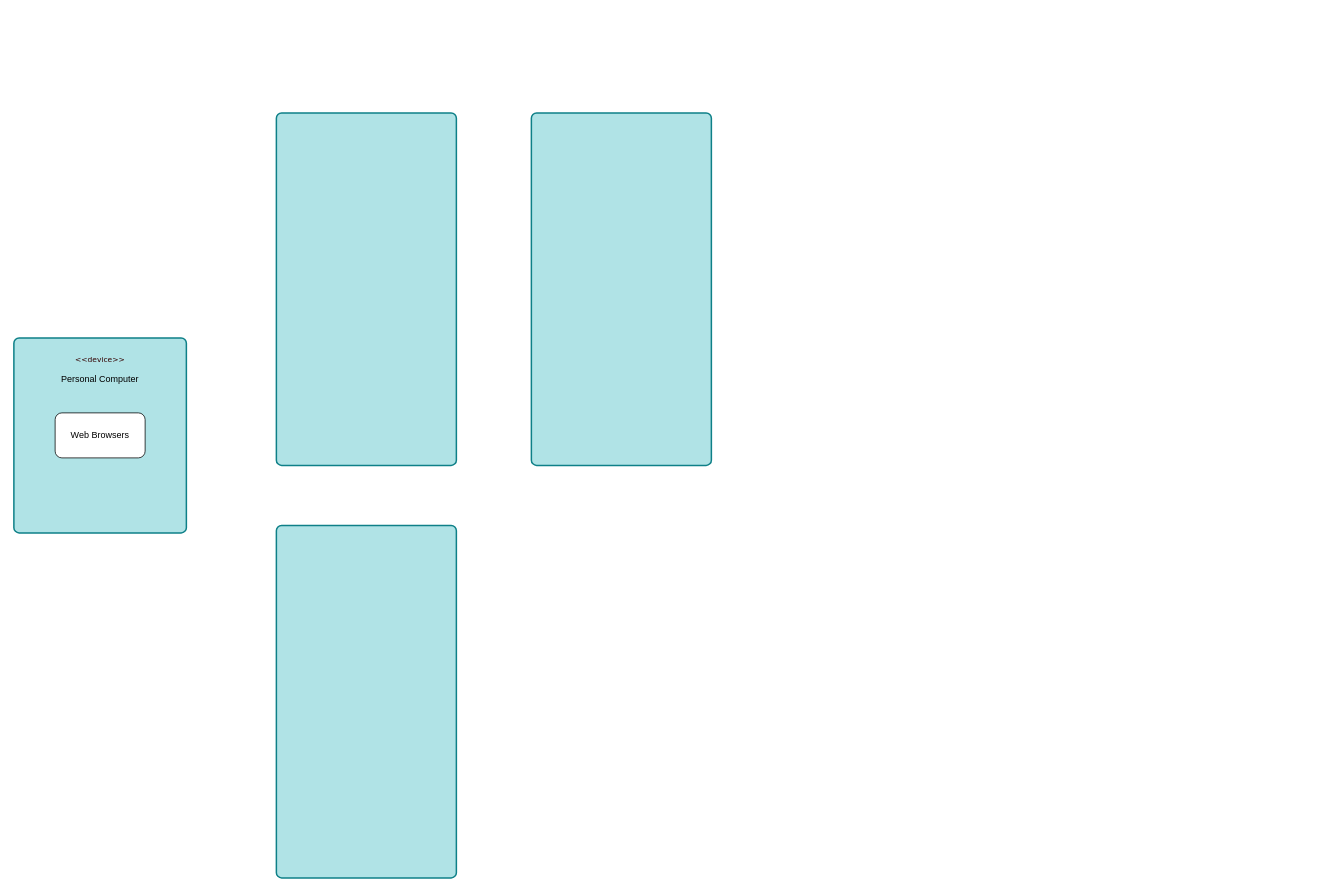
This is Documentation/Deployment Diagram/Deployment Diagram.drawio from Darrenchenn/Model-based-software-design, a draw.io file, before an edit. Source tidied: cells renumbered, new cells numbered last; positions are measured from the earlier drawing's top-left corner, leaving out a move shared by most shapes. Both pictures are drawn from the tidied source at 75%, with x=0, y=0 at pixel (14, 112).
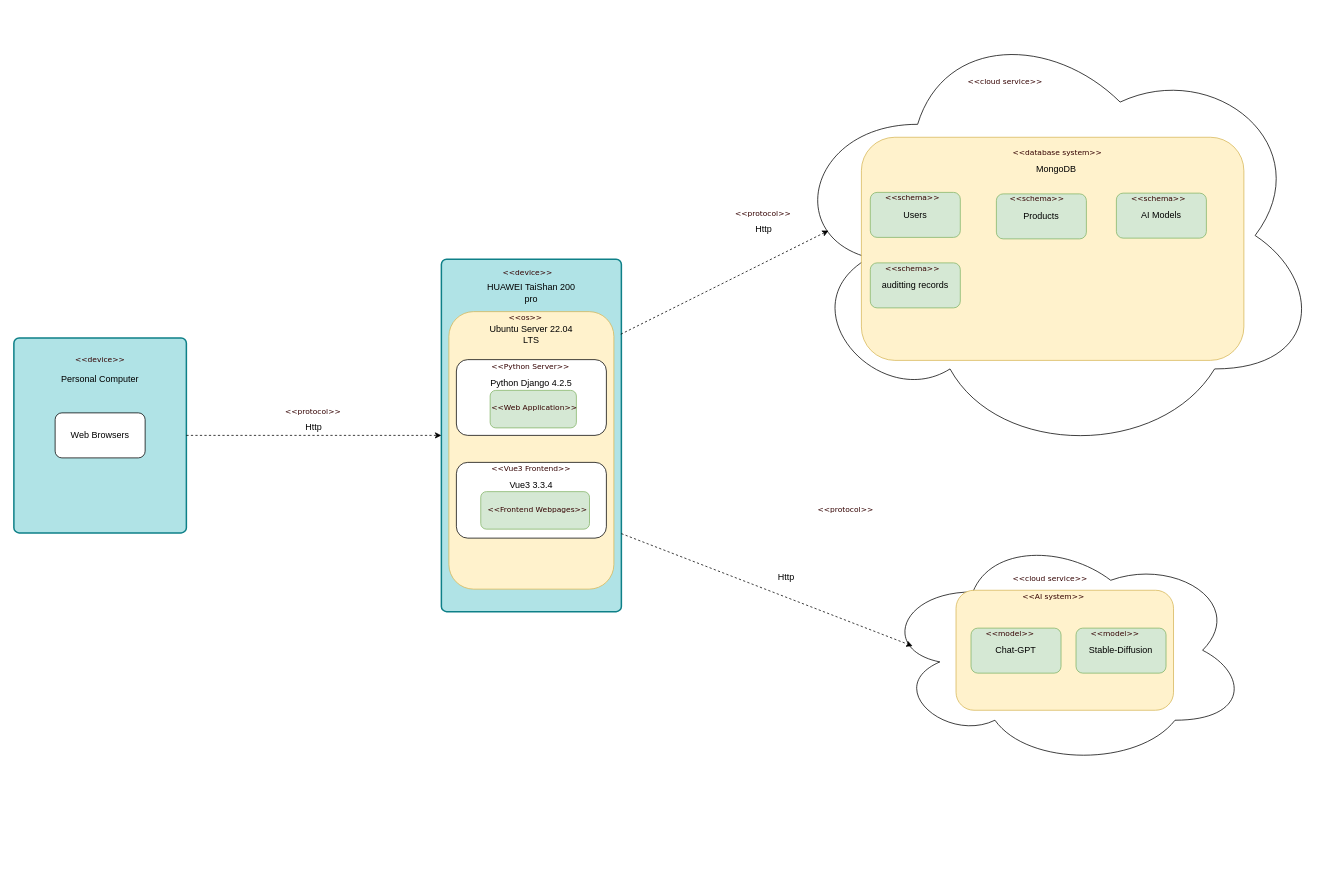
The same page after the edit.

Commit message (it also covers changes not shown here):
add deployment diagram

Unchanged cells that the change refers to:
```xml
<mxCell id="2" style="rounded=1;whiteSpace=wrap;html=1;absoluteArcSize=1;arcSize=14;strokeWidth=2;fillColor=#b0e3e6;strokeColor=#0e8088;" parent="1" vertex="1">
  <mxGeometry y="300" width="230" height="260" as="geometry" />
</mxCell>
```

Diff of the diagram source:
```diff
@@
     <mxCell id="6" style="rounded=1;whiteSpace=wrap;html=1;absoluteArcSize=1;arcSize=14;strokeWidth=2;fillColor=#b0e3e6;strokeColor=#0e8088;" parent="1" vertex="1">
-      <mxGeometry x="350" width="240" height="470" as="geometry" />
+      <mxGeometry x="570" y="195" width="240" height="470" as="geometry" />
     </mxCell>
-    <mxCell id="7" style="rounded=1;whiteSpace=wrap;html=1;absoluteArcSize=1;arcSize=14;strokeWidth=2;fillColor=#b0e3e6;strokeColor=#0e8088;" parent="1" vertex="1">
-      <mxGeometry x="690" width="240" height="470" as="geometry" />
-    </mxCell>
-    <mxCell id="8" style="rounded=1;whiteSpace=wrap;html=1;absoluteArcSize=1;arcSize=14;strokeWidth=2;fillColor=#b0e3e6;strokeColor=#0e8088;" parent="1" vertex="1">
-      <mxGeometry x="350" y="550" width="240" height="470" as="geometry" />
-    </mxCell>
+    <mxCell id="9" value="&lt;font color=&quot;#330000&quot;&gt;&amp;lt;&amp;lt;device&amp;gt;&amp;gt;&lt;/font&gt;" style="text;html=1;align=left;verticalAlign=top;spacingTop=-4;fontSize=10;fontFamily=Verdana;fontColor=#00CCCC;" parent="1" vertex="1">
+      <mxGeometry x="650" y="205" width="132.5" height="20" as="geometry" />
+    </mxCell>
+    <mxCell id="10" value="HUAWEI&amp;nbsp;TaiShan 200 pro" style="text;html=1;strokeColor=none;fillColor=none;align=center;verticalAlign=middle;whiteSpace=wrap;rounded=0;" parent="1" vertex="1">
+      <mxGeometry x="630" y="225" width="120" height="30" as="geometry" />
+    </mxCell>
+    <mxCell id="11" style="rounded=1;whiteSpace=wrap;html=1;fillColor=#fff2cc;strokeColor=#d6b656;" parent="1" vertex="1">
+      <mxGeometry x="580" y="265" width="220" height="370" as="geometry" />
+    </mxCell>
+    <mxCell id="12" value="&lt;font color=&quot;#330000&quot;&gt;&amp;lt;&amp;lt;os&amp;gt;&amp;gt;&lt;/font&gt;" style="text;html=1;align=left;verticalAlign=top;spacingTop=-4;fontSize=10;fontFamily=Verdana;fontColor=#00CCCC;" parent="1" vertex="1">
+      <mxGeometry x="657.5" y="265" width="132.5" height="15" as="geometry" />
+    </mxCell>
+    <mxCell id="13" value="Ubuntu Server 22.04 LTS" style="text;html=1;strokeColor=none;fillColor=none;align=center;verticalAlign=middle;whiteSpace=wrap;rounded=0;" parent="1" vertex="1">
+      <mxGeometry x="630" y="280" width="120" height="30" as="geometry" />
+    </mxCell>
+    <mxCell id="14" style="ellipse;shape=cloud;whiteSpace=wrap;html=1;" parent="1" vertex="1">
+      <mxGeometry x="1025" y="-133" width="720" height="593" as="geometry" />
+    </mxCell>
+    <mxCell id="15" value="&lt;font color=&quot;#330000&quot;&gt;&amp;lt;&amp;lt;cloud service&amp;gt;&amp;gt;&lt;/font&gt;" style="text;html=1;align=left;verticalAlign=top;spacingTop=-4;fontSize=10;fontFamily=Verdana;fontColor=#00CCCC;" parent="1" vertex="1">
+      <mxGeometry x="1270" y="-50" width="132.5" height="20" as="geometry" />
+    </mxCell>
+    <mxCell id="16" style="ellipse;shape=cloud;whiteSpace=wrap;html=1;" parent="1" vertex="1">
+      <mxGeometry x="1156.2" y="561" width="490" height="311" as="geometry" />
+    </mxCell>
+    <mxCell id="17" value="&lt;font color=&quot;#330000&quot;&gt;&amp;lt;&amp;lt;cloud service&amp;gt;&amp;gt;&lt;/font&gt;" style="text;html=1;align=left;verticalAlign=top;spacingTop=-4;fontSize=10;fontFamily=Verdana;fontColor=#00CCCC;" parent="1" vertex="1">
+      <mxGeometry x="1330" y="612" width="132.5" height="20" as="geometry" />
+    </mxCell>
+    <mxCell id="18" style="html=1;labelBackgroundColor=#ffffff;startArrow=none;startFill=0;startSize=6;endArrow=classic;endFill=1;endSize=6;jettySize=auto;strokeWidth=1;dashed=1;fontSize=14;rounded=0;exitX=1;exitY=0.5;exitDx=0;exitDy=0;entryX=0;entryY=0.5;entryDx=0;entryDy=0;" parent="1" edge="1" source="2" target="6">
+      <mxGeometry relative="1" as="geometry" />
+    </mxCell>
+    <mxCell id="19" value="&lt;font color=&quot;#330000&quot;&gt;&amp;lt;&amp;lt;protocol&amp;gt;&amp;gt;&lt;/font&gt;" style="text;html=1;align=left;verticalAlign=top;spacingTop=-4;fontSize=10;fontFamily=Verdana;fontColor=#00CCCC;" parent="1" vertex="1">
+      <mxGeometry x="360" y="390" width="132.5" height="20" as="geometry" />
+    </mxCell>
+    <mxCell id="20" value="Http" style="text;html=1;strokeColor=none;fillColor=none;align=center;verticalAlign=middle;whiteSpace=wrap;rounded=0;" parent="1" vertex="1">
+      <mxGeometry x="370" y="404" width="60" height="30" as="geometry" />
+    </mxCell>
+    <mxCell id="21" style="html=1;labelBackgroundColor=#ffffff;startArrow=none;startFill=0;startSize=6;endArrow=classic;endFill=1;endSize=6;jettySize=auto;strokeWidth=1;dashed=1;fontSize=14;rounded=0;exitX=0.997;exitY=0.213;exitDx=0;exitDy=0;exitPerimeter=0;entryX=0.085;entryY=0.489;entryDx=0;entryDy=0;entryPerimeter=0;" parent="1" edge="1" source="6" target="14">
+      <mxGeometry relative="1" as="geometry" />
+    </mxCell>
+    <mxCell id="22" style="html=1;labelBackgroundColor=#ffffff;startArrow=none;startFill=0;startSize=6;endArrow=classic;endFill=1;endSize=6;jettySize=auto;strokeWidth=1;dashed=1;fontSize=14;rounded=0;exitX=0.997;exitY=0.213;exitDx=0;exitDy=0;exitPerimeter=0;entryX=0.086;entryY=0.482;entryDx=0;entryDy=0;entryPerimeter=0;" parent="1" edge="1" target="16">
+      <mxGeometry relative="1" as="geometry">
+        <mxPoint x="810" y="561" as="sourcePoint" />
+      </mxGeometry>
+    </mxCell>
+    <mxCell id="23" value="&lt;font color=&quot;#330000&quot;&gt;&amp;lt;&amp;lt;protocol&amp;gt;&amp;gt;&lt;/font&gt;" style="text;html=1;align=left;verticalAlign=top;spacingTop=-4;fontSize=10;fontFamily=Verdana;fontColor=#00CCCC;" parent="1" vertex="1">
+      <mxGeometry x="960" y="126" width="132.5" height="20" as="geometry" />
+    </mxCell>
+    <mxCell id="24" value="Http" style="text;html=1;strokeColor=none;fillColor=none;align=center;verticalAlign=middle;whiteSpace=wrap;rounded=0;" parent="1" vertex="1">
+      <mxGeometry x="970" y="140" width="60" height="30" as="geometry" />
+    </mxCell>
+    <mxCell id="25" value="&lt;font color=&quot;#330000&quot;&gt;&amp;lt;&amp;lt;protocol&amp;gt;&amp;gt;&lt;/font&gt;" style="text;html=1;align=left;verticalAlign=top;spacingTop=-4;fontSize=10;fontFamily=Verdana;fontColor=#00CCCC;" parent="1" vertex="1">
+      <mxGeometry x="1070" y="520" width="132.5" height="20" as="geometry" />
+    </mxCell>
+    <mxCell id="26" value="Http" style="text;html=1;strokeColor=none;fillColor=none;align=center;verticalAlign=middle;whiteSpace=wrap;rounded=0;" parent="1" vertex="1">
+      <mxGeometry x="1000" y="602" width="60" height="33" as="geometry" />
+    </mxCell>
+    <mxCell id="27" style="rounded=1;whiteSpace=wrap;html=1;fillColor=#fff2cc;strokeColor=#d6b656;" parent="1" vertex="1">
+      <mxGeometry x="1130" y="32.5" width="510" height="297.5" as="geometry" />
+    </mxCell>
+    <mxCell id="28" value="&lt;font color=&quot;#330000&quot;&gt;&amp;lt;&amp;lt;database system&amp;gt;&amp;gt;&lt;/font&gt;" style="text;html=1;align=left;verticalAlign=top;spacingTop=-4;fontSize=10;fontFamily=Verdana;fontColor=#00CCCC;" parent="1" vertex="1">
+      <mxGeometry x="1330" y="44" width="132.5" height="20" as="geometry" />
+    </mxCell>
+    <mxCell id="29" value="MongoDB" style="text;html=1;strokeColor=none;fillColor=none;align=center;verticalAlign=middle;whiteSpace=wrap;rounded=0;" parent="1" vertex="1">
+      <mxGeometry x="1330" y="60" width="120" height="30" as="geometry" />
+    </mxCell>
+    <mxCell id="30" value="Users" style="rounded=1;whiteSpace=wrap;html=1;fillColor=#d5e8d4;strokeColor=#82b366;" parent="1" vertex="1">
+      <mxGeometry x="1141.9" y="106" width="120" height="60" as="geometry" />
+    </mxCell>
+    <mxCell id="31" value="&lt;font color=&quot;#330000&quot;&gt;&amp;lt;&amp;lt;schema&amp;gt;&amp;gt;&lt;/font&gt;" style="text;html=1;align=left;verticalAlign=top;spacingTop=-4;fontSize=10;fontFamily=Verdana;fontColor=#00CCCC;" parent="1" vertex="1">
+      <mxGeometry x="1160" y="105" width="132.5" height="20" as="geometry" />
+    </mxCell>
+    <mxCell id="32" value="Products" style="rounded=1;whiteSpace=wrap;html=1;fillColor=#d5e8d4;strokeColor=#82b366;" parent="1" vertex="1">
+      <mxGeometry x="1310" y="108" width="120" height="60" as="geometry" />
+    </mxCell>
+    <mxCell id="33" value="&lt;font color=&quot;#330000&quot;&gt;&amp;lt;&amp;lt;schema&amp;gt;&amp;gt;&lt;/font&gt;" style="text;html=1;align=left;verticalAlign=top;spacingTop=-4;fontSize=10;fontFamily=Verdana;fontColor=#00CCCC;" parent="1" vertex="1">
+      <mxGeometry x="1326.2" y="106" width="132.5" height="20" as="geometry" />
+    </mxCell>
+    <mxCell id="34" value="AI Models" style="rounded=1;whiteSpace=wrap;html=1;fillColor=#d5e8d4;strokeColor=#82b366;" parent="1" vertex="1">
+      <mxGeometry x="1470" y="107" width="120" height="60" as="geometry" />
+    </mxCell>
+    <mxCell id="35" value="&lt;font color=&quot;#330000&quot;&gt;&amp;lt;&amp;lt;schema&amp;gt;&amp;gt;&lt;/font&gt;" style="text;html=1;align=left;verticalAlign=top;spacingTop=-4;fontSize=10;fontFamily=Verdana;fontColor=#00CCCC;" parent="1" vertex="1">
+      <mxGeometry x="1488.1" y="106" width="132.5" height="20" as="geometry" />
+    </mxCell>
+    <mxCell id="36" value="auditting records" style="rounded=1;whiteSpace=wrap;html=1;fillColor=#d5e8d4;strokeColor=#82b366;" parent="1" vertex="1">
+      <mxGeometry x="1141.9" y="200" width="120" height="60" as="geometry" />
+    </mxCell>
+    <mxCell id="37" value="&lt;font color=&quot;#330000&quot;&gt;&amp;lt;&amp;lt;schema&amp;gt;&amp;gt;&lt;/font&gt;" style="text;html=1;align=left;verticalAlign=top;spacingTop=-4;fontSize=10;fontFamily=Verdana;fontColor=#00CCCC;" parent="1" vertex="1">
+      <mxGeometry x="1160" y="199" width="132.5" height="20" as="geometry" />
+    </mxCell>
+    <mxCell id="38" style="rounded=1;whiteSpace=wrap;html=1;fillColor=#fff2cc;strokeColor=#d6b656;" parent="1" vertex="1">
+      <mxGeometry x="1256.2" y="636.5" width="290" height="160" as="geometry" />
+    </mxCell>
+    <mxCell id="39" value="&lt;font color=&quot;#330000&quot;&gt;&amp;lt;&amp;lt;AI system&amp;gt;&amp;gt;&lt;/font&gt;" style="text;html=1;align=left;verticalAlign=top;spacingTop=-4;fontSize=10;fontFamily=Verdana;fontColor=#00CCCC;" parent="1" vertex="1">
+      <mxGeometry x="1343.1" y="636.5" width="132.5" height="20" as="geometry" />
+    </mxCell>
+    <mxCell id="40" value="Chat-GPT" style="rounded=1;whiteSpace=wrap;html=1;fillColor=#d5e8d4;strokeColor=#82b366;" parent="1" vertex="1">
+      <mxGeometry x="1276.2" y="687" width="120" height="60" as="geometry" />
+    </mxCell>
+    <mxCell id="41" value="&lt;font color=&quot;#330000&quot;&gt;&amp;lt;&amp;lt;model&amp;gt;&amp;gt;&lt;/font&gt;" style="text;html=1;align=left;verticalAlign=top;spacingTop=-4;fontSize=10;fontFamily=Verdana;fontColor=#00CCCC;" parent="1" vertex="1">
+      <mxGeometry x="1294.4" y="686" width="132.5" height="20" as="geometry" />
+    </mxCell>
+    <mxCell id="42" value="Stable-Diffusion" style="rounded=1;whiteSpace=wrap;html=1;fillColor=#d5e8d4;strokeColor=#82b366;" parent="1" vertex="1">
+      <mxGeometry x="1416.2" y="687" width="120" height="60" as="geometry" />
+    </mxCell>
+    <mxCell id="43" value="&lt;font color=&quot;#330000&quot;&gt;&amp;lt;&amp;lt;model&amp;gt;&amp;gt;&lt;/font&gt;" style="text;html=1;align=left;verticalAlign=top;spacingTop=-4;fontSize=10;fontFamily=Verdana;fontColor=#00CCCC;" parent="1" vertex="1">
+      <mxGeometry x="1434.4" y="686" width="132.5" height="20" as="geometry" />
+    </mxCell>
+    <mxCell id="44" style="rounded=1;whiteSpace=wrap;html=1;" parent="1" vertex="1">
+      <mxGeometry x="590" y="329" width="200" height="101" as="geometry" />
+    </mxCell>
+    <mxCell id="45" style="rounded=1;whiteSpace=wrap;html=1;" parent="1" vertex="1">
+      <mxGeometry x="590" y="466" width="200" height="101" as="geometry" />
+    </mxCell>
+    <mxCell id="46" value="&lt;font color=&quot;#330000&quot;&gt;&amp;lt;&amp;lt;Python Server&amp;gt;&amp;gt;&lt;/font&gt;" style="text;html=1;align=left;verticalAlign=top;spacingTop=-4;fontSize=10;fontFamily=Verdana;fontColor=#00CCCC;" parent="1" vertex="1">
+      <mxGeometry x="635" y="330" width="132.5" height="15" as="geometry" />
+    </mxCell>
+    <mxCell id="47" value="Python Django 4.2.5" style="text;html=1;strokeColor=none;fillColor=none;align=center;verticalAlign=middle;whiteSpace=wrap;rounded=0;" parent="1" vertex="1">
+      <mxGeometry x="630" y="345" width="120" height="30" as="geometry" />
+    </mxCell>
+    <mxCell id="48" style="rounded=1;whiteSpace=wrap;html=1;fillColor=#d5e8d4;strokeColor=#82b366;" parent="1" vertex="1">
+      <mxGeometry x="635" y="370" width="115" height="50" as="geometry" />
+    </mxCell>
+    <mxCell id="49" value="&lt;font color=&quot;#330000&quot;&gt;&amp;lt;&amp;lt;Web Application&amp;gt;&amp;gt;&lt;/font&gt;" style="text;html=1;align=left;verticalAlign=top;spacingTop=-4;fontSize=10;fontFamily=Verdana;fontColor=#00CCCC;" parent="1" vertex="1">
+      <mxGeometry x="635" y="385" width="132.5" height="15" as="geometry" />
+    </mxCell>
+    <mxCell id="50" value="&lt;font color=&quot;#330000&quot;&gt;&amp;lt;&amp;lt;Vue3 Frontend&amp;gt;&amp;gt;&lt;/font&gt;" style="text;html=1;align=left;verticalAlign=top;spacingTop=-4;fontSize=10;fontFamily=Verdana;fontColor=#00CCCC;" parent="1" vertex="1">
+      <mxGeometry x="635" y="466" width="132.5" height="15" as="geometry" />
+    </mxCell>
+    <mxCell id="51" value="Vue3 3.3.4" style="text;html=1;strokeColor=none;fillColor=none;align=center;verticalAlign=middle;whiteSpace=wrap;rounded=0;" parent="1" vertex="1">
+      <mxGeometry x="630" y="481" width="120" height="30" as="geometry" />
+    </mxCell>
+    <mxCell id="52" style="rounded=1;whiteSpace=wrap;html=1;fillColor=#d5e8d4;strokeColor=#82b366;" parent="1" vertex="1">
+      <mxGeometry x="622.5" y="505" width="145" height="50" as="geometry" />
+    </mxCell>
+    <mxCell id="53" value="&lt;font color=&quot;#330000&quot;&gt;&amp;lt;&amp;lt;Frontend Webpages&amp;gt;&amp;gt;&lt;/font&gt;" style="text;html=1;align=left;verticalAlign=top;spacingTop=-4;fontSize=10;fontFamily=Verdana;fontColor=#00CCCC;" parent="1" vertex="1">
+      <mxGeometry x="630" y="520" width="132.5" height="15" as="geometry" />
+    </mxCell>
```
